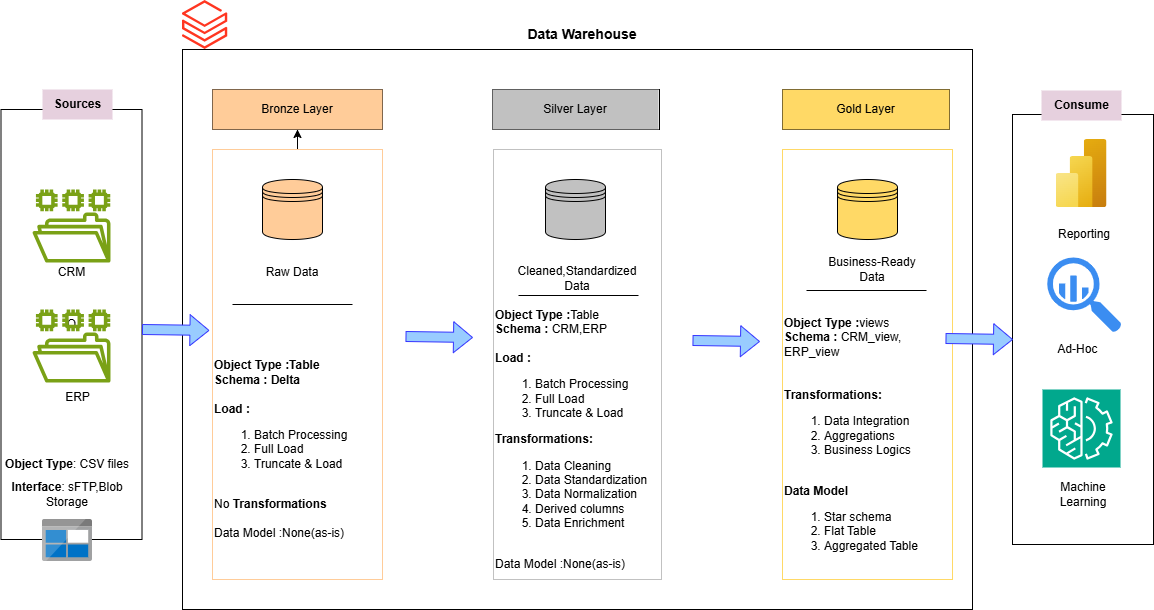
This is Datawarehouse_Architecture.png from PRAKHER0522/SQL_DATABASE, a draw.io export, as it was before one commit. Source tidied: cells renumbered, new cells last; positions are measured from the earlier drawing's top-left corner, leaving out a move shared by most shapes.
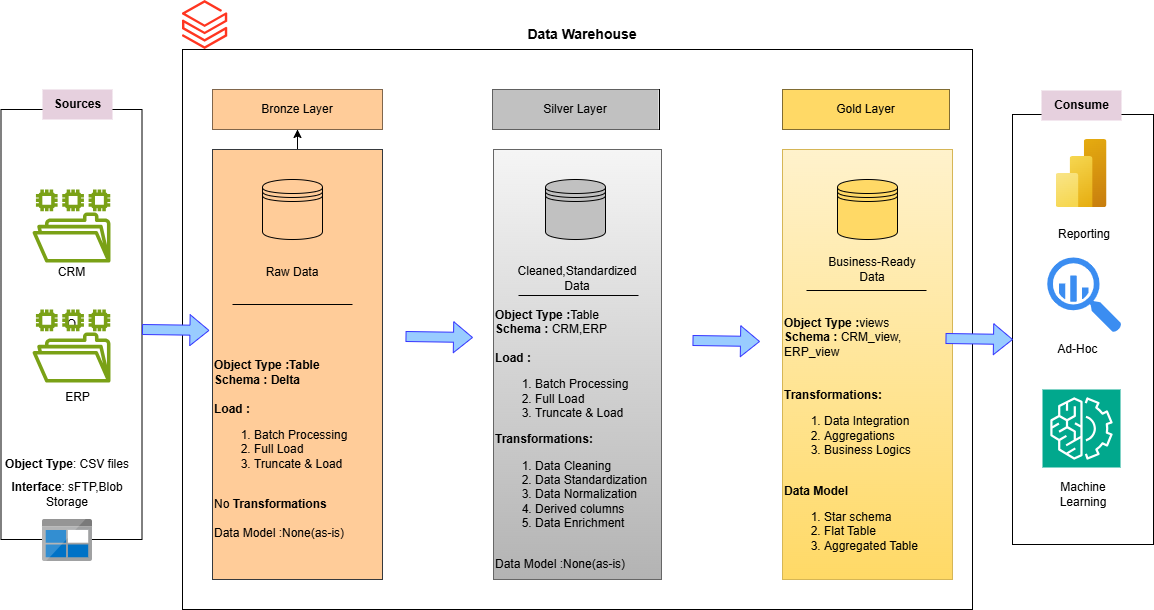
The same diagram one commit later.

What changed in the source:
```diff
@@ -35,13 +35,13 @@
     <mxCell id="12" style="edgeStyle=orthogonalEdgeStyle;rounded=0;jettySize=auto;html=1;" parent="1" edge="1" source="13" target="16">
       <mxGeometry relative="1" as="geometry" />
     </mxCell>
-    <mxCell id="13" style="rounded=0;whiteSpace=wrap;html=1;strokeColor=#FFCC99;fontStyle=1;" parent="1" vertex="1">
+    <mxCell id="13" style="rounded=0;whiteSpace=wrap;html=1;strokeColor=#36393d;fontStyle=1;fillStyle=solid;fillColor=#ffcc99;" parent="1" vertex="1">
       <mxGeometry x="212" y="149" width="170" height="430" as="geometry" />
     </mxCell>
-    <mxCell id="14" style="rounded=0;whiteSpace=wrap;html=1;strokeColor=#C1C1C1;fontSize=16;" parent="1" vertex="1">
+    <mxCell id="14" style="rounded=0;whiteSpace=wrap;html=1;strokeColor=#666666;fontSize=16;fillColor=#f5f5f5;gradientColor=#b3b3b3;" parent="1" vertex="1">
       <mxGeometry x="493" y="149" width="168" height="430" as="geometry" />
     </mxCell>
-    <mxCell id="15" style="rounded=0;whiteSpace=wrap;html=1;strokeColor=#FFD966;" parent="1" vertex="1">
+    <mxCell id="15" style="rounded=0;whiteSpace=wrap;html=1;strokeColor=#d6b656;fillColor=#fff2cc;gradientColor=#ffd966;" parent="1" vertex="1">
       <mxGeometry x="782" y="149" width="170" height="430" as="geometry" />
     </mxCell>
     <mxCell id="16" style="whiteSpace=wrap;html=1;rounded=0;" parent="1" vertex="1">
```
